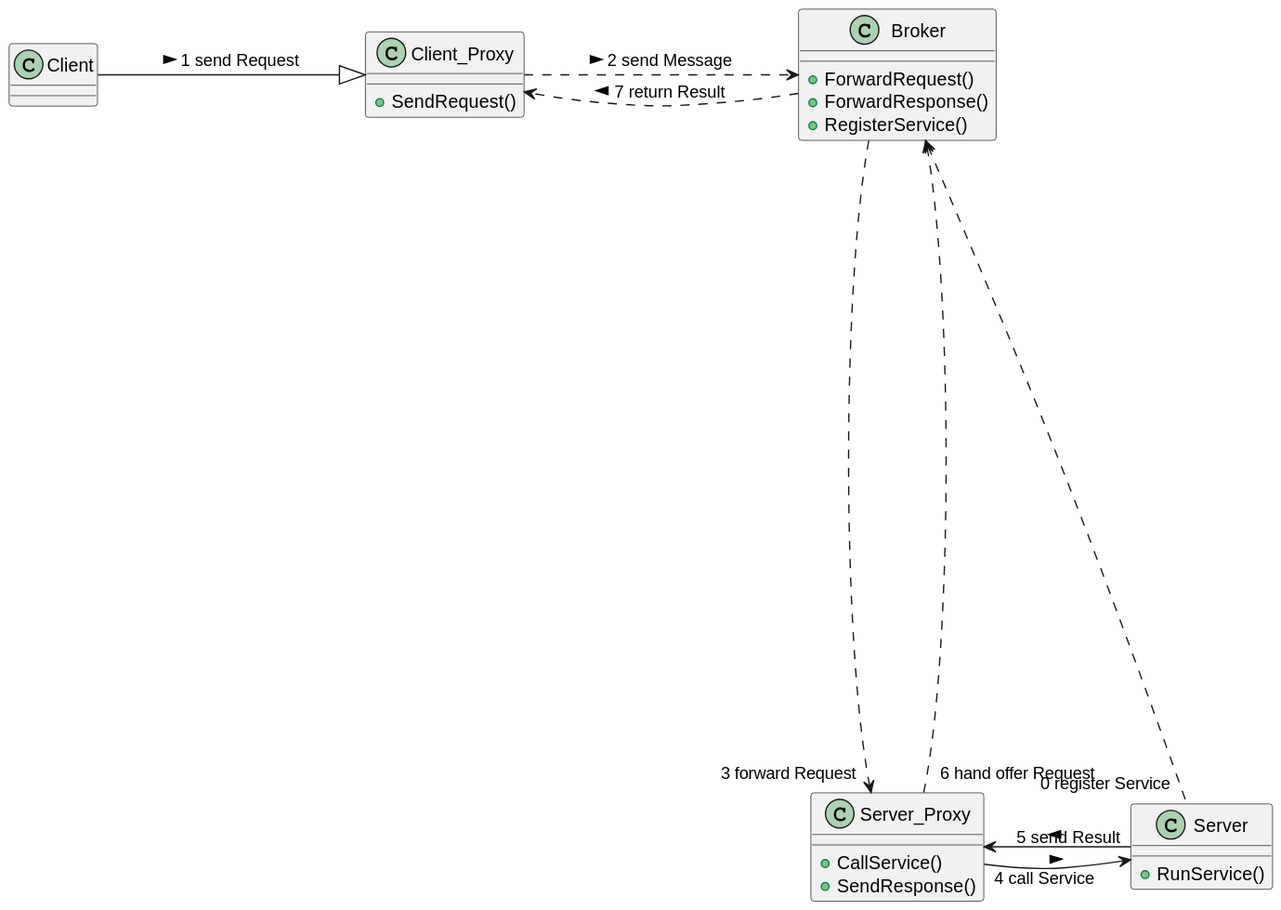
Earlier version of the PlantUML export out/Projekte/Verbis/BasicBroker/BasicBroker.svg (Martin1088/Plantuml-With-Screenreader).
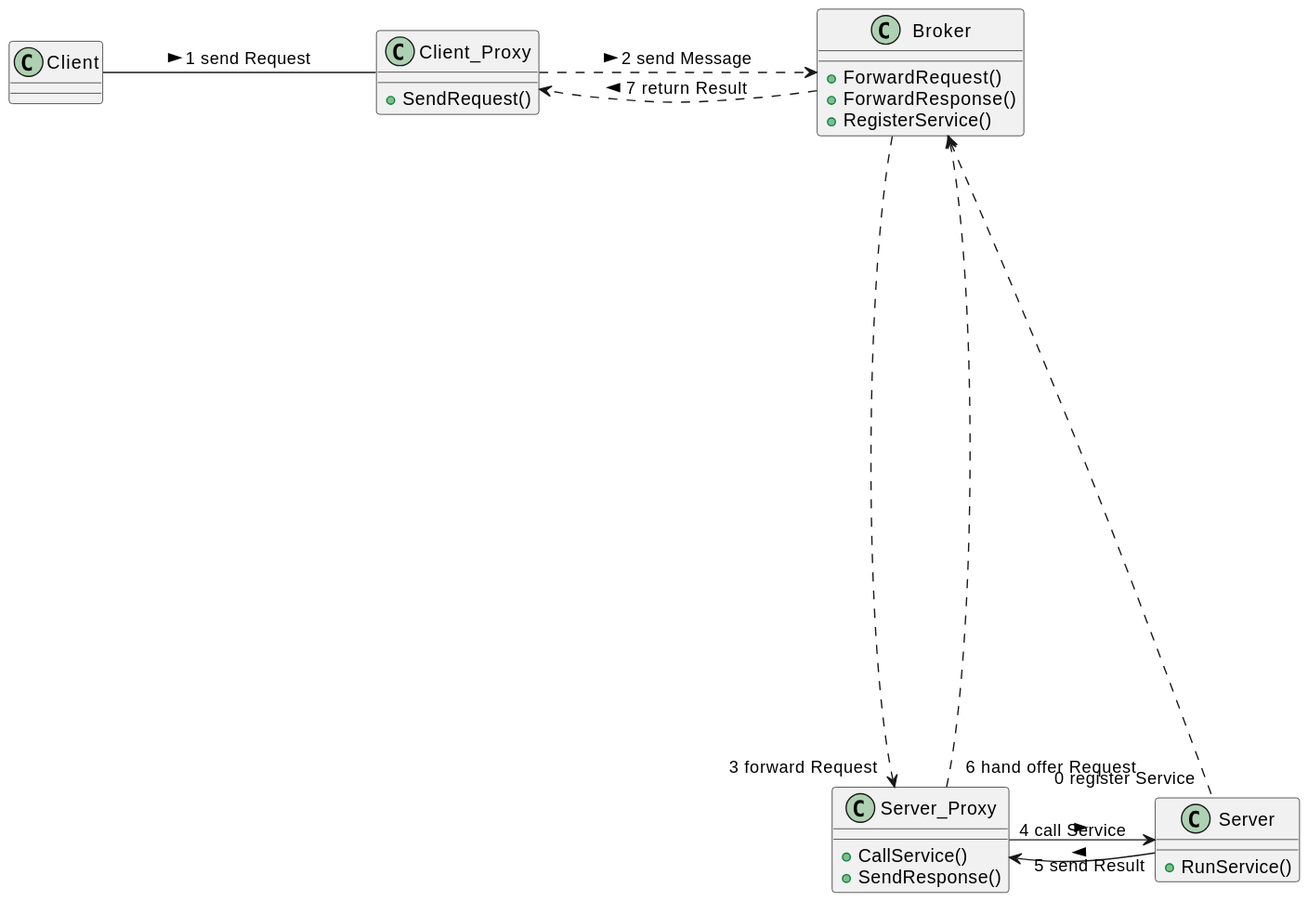
After the commit.

Change to the diagram source:
```diff
@@ -1,5 +1,4 @@
 @startuml
-
 skinparam nodesep 100
 skinparam ranksep 500
 
@@ -23,7 +22,7 @@
 class Server {
     + RunService()
 }
-Client -|> Client_Proxy : 1 send Request >
+Client - Client_Proxy : 1 send Request >
 Client_Proxy .> Broker: 2 send Message >
 Broker .> Client_Proxy: 7 return Result  >
 Broker .>"3 forward Request"  Server_Proxy
@@ -31,6 +30,4 @@
 Server_Proxy -> Server: "4 call Service" >
 Server -> Server_Proxy:"5 send Result" >
 Broker <.. "0 register Service"  Server
-
-
 @enduml
```
